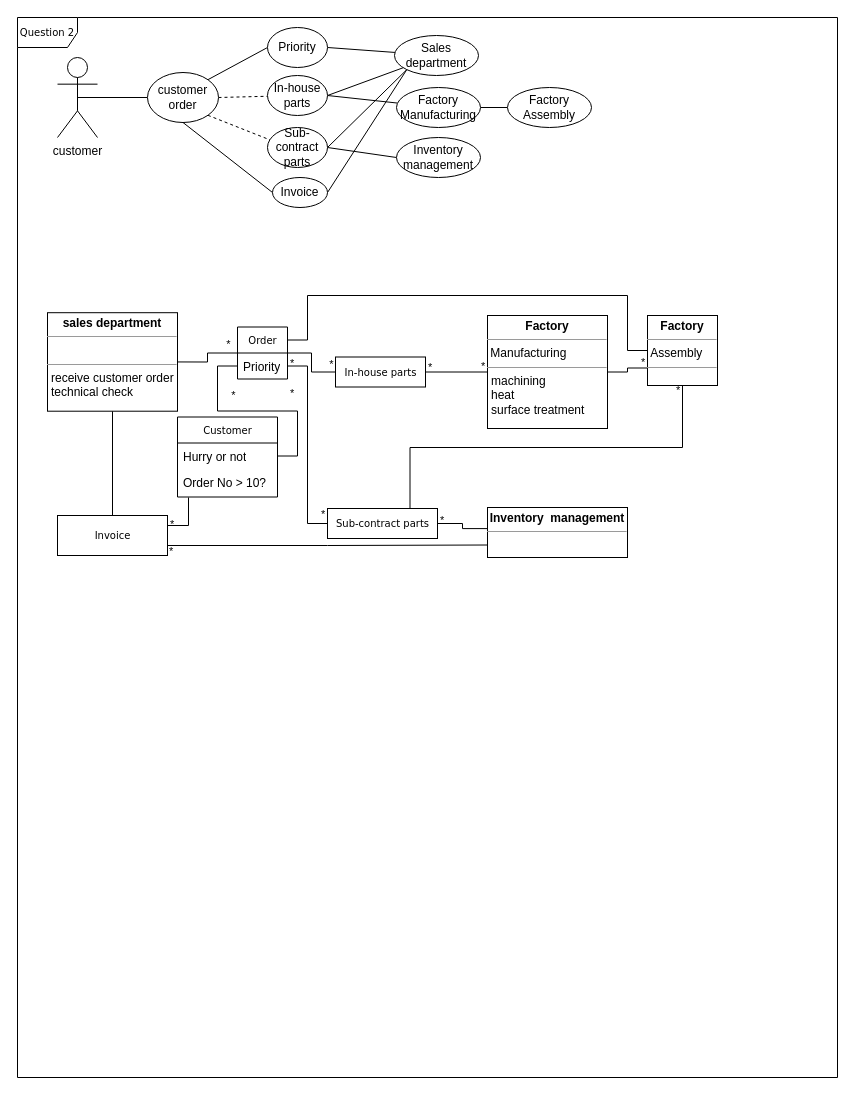
lemonci/CS464 keeps this draw.io diagram as UML_practice.drawio. Above is the earlier version. Source tidied: cells renumbered, new cells numbered last; positions are measured from the earlier drawing's top-left corner, leaving out a move shared by most shapes. Both pictures are drawn from the tidied source at 100%, with x=0, y=0 at pixel (17, 17).
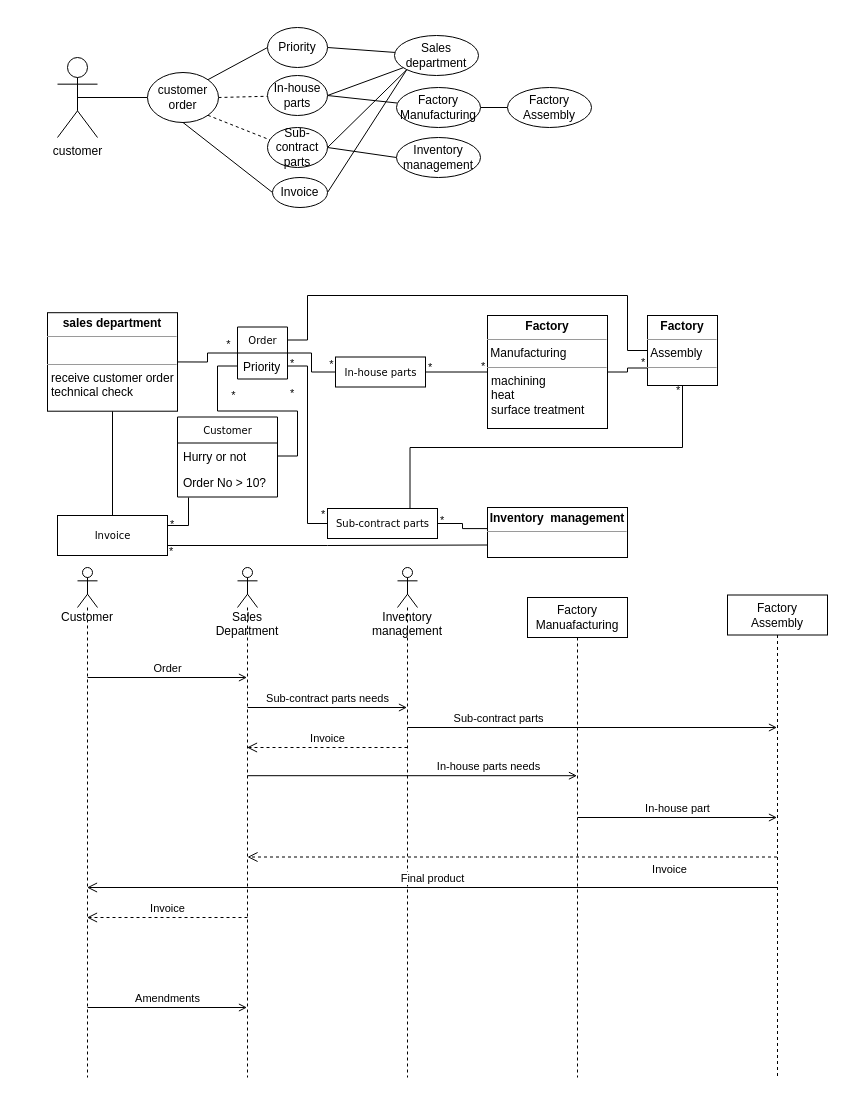
After the change.

What changed in the source:
```diff
@@
-    <mxCell id="2" value="Question 2" style="shape=umlFrame;whiteSpace=wrap;html=1;rounded=0;shadow=0;comic=0;labelBackgroundColor=none;strokeWidth=1;fontFamily=Verdana;fontSize=10;align=center;" parent="1" vertex="1">
-      <mxGeometry width="820" height="1060" as="geometry" />
-    </mxCell>
@@
+    <mxCell id="62" value="Customer" style="shape=umlLifeline;participant=umlActor;perimeter=lifelinePerimeter;whiteSpace=wrap;html=1;verticalAlign=top;spacingTop=36;outlineConnect=0;" parent="1" vertex="1">
+      <mxGeometry x="60" y="550" width="20" height="510" as="geometry" />
+    </mxCell>
+    <mxCell id="63" value="&lt;div&gt;Factory&lt;/div&gt;&lt;div&gt;Manuafacturing&lt;/div&gt;" style="shape=umlLifeline;perimeter=lifelinePerimeter;whiteSpace=wrap;html=1;" parent="1" vertex="1">
+      <mxGeometry x="510" y="580" width="100" height="480" as="geometry" />
+    </mxCell>
+    <mxCell id="64" value="In-house part" style="html=1;verticalAlign=bottom;endArrow=open;rounded=0;endFill=0;" parent="63" edge="1" target="67">
+      <mxGeometry relative="1" as="geometry">
+        <mxPoint x="50" y="220" as="sourcePoint" />
+      </mxGeometry>
+    </mxCell>
+    <mxCell id="65" value="Sales Department" style="shape=umlLifeline;participant=umlActor;perimeter=lifelinePerimeter;whiteSpace=wrap;html=1;verticalAlign=top;spacingTop=36;outlineConnect=0;" parent="1" vertex="1">
+      <mxGeometry x="220" y="550" width="20" height="510" as="geometry" />
+    </mxCell>
+    <mxCell id="66" value="Inventory management" style="shape=umlLifeline;participant=umlActor;perimeter=lifelinePerimeter;whiteSpace=wrap;html=1;verticalAlign=top;spacingTop=36;outlineConnect=0;" parent="1" vertex="1">
+      <mxGeometry x="380" y="550" width="20" height="510" as="geometry" />
+    </mxCell>
+    <mxCell id="67" value="&lt;div&gt;Factory&lt;/div&gt;&lt;div&gt;Assembly&lt;br&gt;&lt;/div&gt;" style="shape=umlLifeline;perimeter=lifelinePerimeter;whiteSpace=wrap;html=1;outlineConnect=0;" parent="1" vertex="1">
+      <mxGeometry x="710" y="577.5" width="100" height="482.5" as="geometry" />
+    </mxCell>
+    <mxCell id="68" value="Final product" style="html=1;verticalAlign=bottom;endArrow=open;endSize=8;rounded=0;" parent="67" edge="1" target="62">
+      <mxGeometry relative="1" as="geometry">
+        <mxPoint x="50" y="292.5" as="sourcePoint" />
+      </mxGeometry>
+    </mxCell>
+    <mxCell id="69" value="Order" style="html=1;verticalAlign=bottom;endArrow=open;rounded=0;endFill=0;" parent="1" edge="1" target="65">
+      <mxGeometry relative="1" as="geometry">
+        <mxPoint x="70" y="660" as="sourcePoint" />
+      </mxGeometry>
+    </mxCell>
+    <mxCell id="70" value="&lt;div&gt;Sub-contract parts needs&lt;br&gt;&lt;/div&gt;" style="html=1;verticalAlign=bottom;endArrow=open;rounded=0;endFill=0;" parent="1" edge="1" target="66">
+      <mxGeometry relative="1" as="geometry">
+        <mxPoint x="230" y="690" as="sourcePoint" />
+      </mxGeometry>
+    </mxCell>
+    <mxCell id="71" value="&lt;div&gt;Sub-contract parts&lt;br&gt;&lt;/div&gt;" style="html=1;verticalAlign=bottom;endArrow=open;rounded=0;endFill=0;" parent="1" edge="1" target="67">
+      <mxGeometry x="-0.51" relative="1" as="geometry">
+        <mxPoint x="390" y="710" as="sourcePoint" />
+      </mxGeometry>
+    </mxCell>
+    <mxCell id="72" value="&lt;div&gt;In-house parts needs&lt;br&gt;&lt;/div&gt;" style="html=1;verticalAlign=bottom;endArrow=open;rounded=0;endFill=0;" parent="1" edge="1">
+      <mxGeometry x="0.46" relative="1" as="geometry">
+        <mxPoint x="230" y="758.2" as="sourcePoint" />
+        <mxPoint x="559.5" y="758.2" as="targetPoint" />
+      </mxGeometry>
+    </mxCell>
+    <mxCell id="73" value="Invoice" style="html=1;verticalAlign=bottom;endArrow=open;dashed=1;endSize=8;rounded=0;" parent="1" edge="1" target="65">
+      <mxGeometry relative="1" as="geometry">
+        <mxPoint x="390" y="730" as="sourcePoint" />
+      </mxGeometry>
+    </mxCell>
+    <mxCell id="74" value="Invoice" style="html=1;verticalAlign=bottom;endArrow=open;dashed=1;endSize=8;rounded=0;" parent="1" edge="1">
+      <mxGeometry x="-0.59" y="21" relative="1" as="geometry">
+        <mxPoint x="759.5" y="839.5" as="sourcePoint" />
+        <mxPoint x="230" y="839.5" as="targetPoint" />
+        <mxPoint x="1" as="offset" />
+      </mxGeometry>
+    </mxCell>
+    <mxCell id="75" value="Invoice" style="html=1;verticalAlign=bottom;endArrow=open;dashed=1;endSize=8;rounded=0;" parent="1" edge="1">
+      <mxGeometry relative="1" as="geometry">
+        <mxPoint x="230" y="900" as="sourcePoint" />
+        <mxPoint x="69.5" y="900" as="targetPoint" />
+      </mxGeometry>
+    </mxCell>
+    <mxCell id="76" value="Amendments" style="html=1;verticalAlign=bottom;endArrow=open;rounded=0;endFill=0;" parent="1" edge="1">
+      <mxGeometry relative="1" as="geometry">
+        <mxPoint x="70" y="990" as="sourcePoint" />
+        <mxPoint x="229.5" y="990" as="targetPoint" />
+      </mxGeometry>
+    </mxCell>
```
